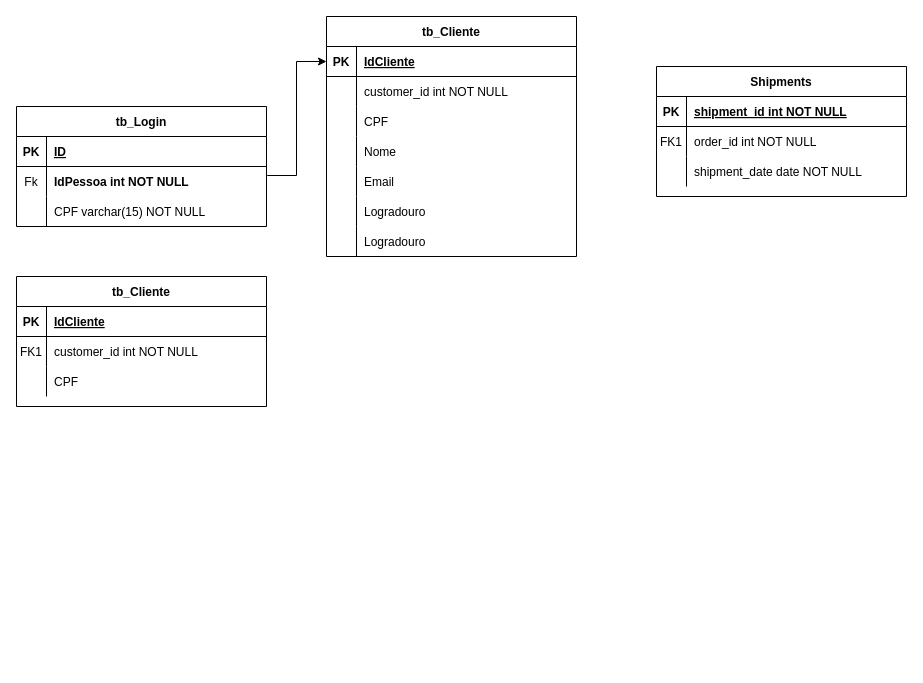
Above: Untitled Diagram.drawio in Tavares264/Project_PccFit (draw.io), before the change. Source tidied: cells renumbered, new cells numbered last; positions are measured from the earlier drawing's top-left corner, leaving out a move shared by most shapes. Both pictures are drawn from the tidied source at 100%, with x=0, y=0 at pixel (16, 16).
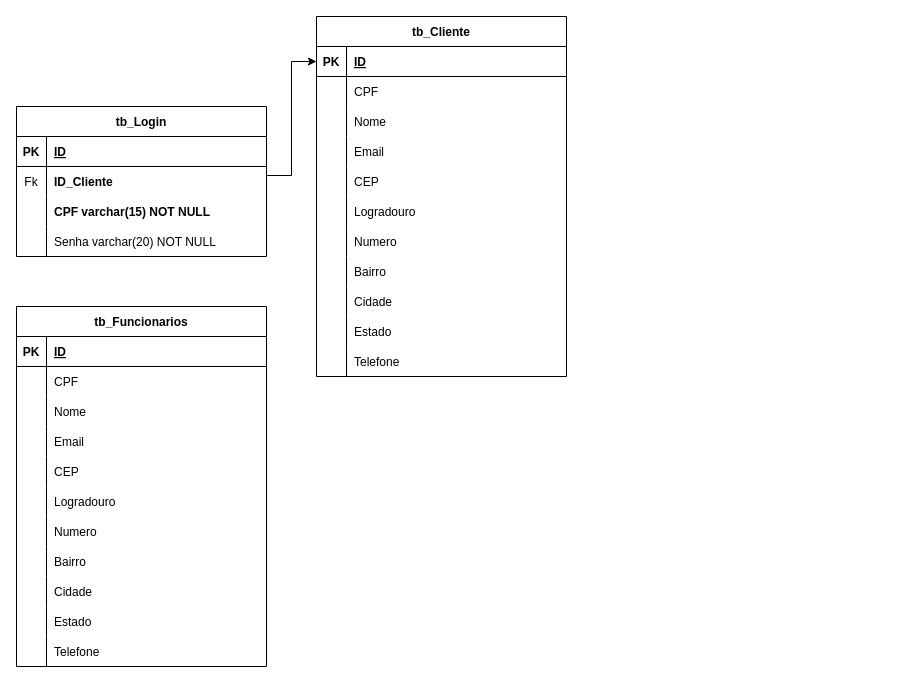
The same diagram, later.

Unchanged cells that the change refers to:
```xml
<mxCell id="3" style="shape=partialRectangle;fillColor=none;points=[[0,0.5],[1,0.5]];portConstraint=eastwest;top=0;left=0;right=0;bottom=1;" parent="2" vertex="1">
  <mxGeometry y="30" width="250" height="30" as="geometry" />
</mxCell>
<mxCell id="38" style="shape=partialRectangle;fillColor=none;points=[[0,0.5],[1,0.5]];portConstraint=eastwest;top=0;left=0;right=0;bottom=0;" parent="34" vertex="1">
  <mxGeometry y="60" width="250" height="30" as="geometry" />
</mxCell>
```

The edit, as a diff of the source:
```diff
@@
     <mxCell id="2" value="tb_Cliente" style="shape=table;startSize=30;childLayout=tableLayout;rowLines=0;fontStyle=1;align=center;" parent="1" vertex="1">
-      <mxGeometry x="310" width="250" height="240" as="geometry" />
+      <mxGeometry x="300" width="250" height="360" as="geometry" />
     </mxCell>
@@
-    <mxCell id="5" value="IdCliente" style="shape=partialRectangle;overflow=hidden;fillColor=none;top=0;left=0;bottom=0;right=0;align=left;spacingLeft=6;fontStyle=5;" parent="3" vertex="1">
+    <mxCell id="5" value="ID" style="shape=partialRectangle;overflow=hidden;fillColor=none;top=0;left=0;bottom=0;right=0;align=left;spacingLeft=6;fontStyle=5;" parent="3" vertex="1">
       <mxGeometry x="30" width="220" height="30" as="geometry" />
     </mxCell>
-    <mxCell id="6" style="shape=partialRectangle;fillColor=none;top=0;left=0;right=0;bottom=0;" parent="2" vertex="1">
-      <mxGeometry y="60" width="250" height="30" as="geometry" />
-    </mxCell>
-    <mxCell id="7" style="shape=partialRectangle;overflow=hidden;fillColor=none;top=0;left=0;bottom=0;right=0;" parent="6" vertex="1">
-      <mxGeometry width="30" height="30" as="geometry" />
-    </mxCell>
-    <mxCell id="8" value="customer_id int NOT NULL" style="shape=partialRectangle;overflow=hidden;fillColor=none;top=0;left=0;bottom=0;right=0;align=left;spacingLeft=6;" parent="6" vertex="1">
-      <mxGeometry x="30" width="220" height="30" as="geometry" />
-    </mxCell>
-    <mxCell id="9" style="shape=partialRectangle;fillColor=none;top=0;left=0;right=0;bottom=0;" parent="2" vertex="1">
-      <mxGeometry y="90" width="250" height="30" as="geometry" />
-    </mxCell>
-    <mxCell id="10" style="shape=partialRectangle;overflow=hidden;fillColor=none;top=0;left=0;bottom=0;right=0;" parent="9" vertex="1">
-      <mxGeometry width="30" height="30" as="geometry" />
-    </mxCell>
-    <mxCell id="11" value="CPF" style="shape=partialRectangle;overflow=hidden;fillColor=none;top=0;left=0;bottom=0;right=0;align=left;spacingLeft=6;" parent="9" vertex="1">
-      <mxGeometry x="30" width="220" height="30" as="geometry" />
-    </mxCell>
+    <mxCell id="55" style="shape=partialRectangle;fillColor=none;top=0;left=0;right=0;bottom=0;" parent="2" vertex="1">
+      <mxGeometry y="60" width="250" height="30" as="geometry" />
+    </mxCell>
+    <mxCell id="56" style="shape=partialRectangle;overflow=hidden;fillColor=none;top=0;left=0;bottom=0;right=0;" parent="55" vertex="1">
+      <mxGeometry width="30" height="30" as="geometry" />
+    </mxCell>
+    <mxCell id="57" value="CPF" style="shape=partialRectangle;overflow=hidden;fillColor=none;top=0;left=0;bottom=0;right=0;align=left;spacingLeft=6;" parent="55" vertex="1">
+      <mxGeometry x="30" width="220" height="30" as="geometry" />
+    </mxCell>
     <mxCell id="12" style="shape=partialRectangle;fillColor=none;top=0;left=0;right=0;bottom=0;" parent="2" vertex="1">
-      <mxGeometry y="120" width="250" height="30" as="geometry" />
+      <mxGeometry y="90" width="250" height="30" as="geometry" />
     </mxCell>
@@
     <mxCell id="15" style="shape=partialRectangle;fillColor=none;top=0;left=0;right=0;bottom=0;" parent="2" vertex="1">
-      <mxGeometry y="150" width="250" height="30" as="geometry" />
+      <mxGeometry y="120" width="250" height="30" as="geometry" />
     </mxCell>
@@
     <mxCell id="18" style="shape=partialRectangle;fillColor=none;top=0;left=0;right=0;bottom=0;" parent="2" vertex="1">
-      <mxGeometry y="180" width="250" height="30" as="geometry" />
+      <mxGeometry y="150" width="250" height="30" as="geometry" />
     </mxCell>
@@
-    <mxCell id="20" value="Logradouro" style="shape=partialRectangle;overflow=hidden;fillColor=none;top=0;left=0;bottom=0;right=0;align=left;spacingLeft=6;" parent="18" vertex="1">
+    <mxCell id="20" value="CEP" style="shape=partialRectangle;overflow=hidden;fillColor=none;top=0;left=0;bottom=0;right=0;align=left;spacingLeft=6;" parent="18" vertex="1">
       <mxGeometry x="30" width="220" height="30" as="geometry" />
     </mxCell>
     <mxCell id="21" style="shape=partialRectangle;fillColor=none;top=0;left=0;right=0;bottom=0;" parent="2" vertex="1">
-      <mxGeometry y="210" width="250" height="30" as="geometry" />
+      <mxGeometry y="180" width="250" height="30" as="geometry" />
     </mxCell>
@@
-    <mxCell id="24" value="Shipments" style="shape=table;startSize=30;childLayout=tableLayout;rowLines=0;fontStyle=1;align=center;" parent="1" vertex="1">
-      <mxGeometry x="640" y="50" width="250" height="130" as="geometry" />
-    </mxCell>
-    <mxCell id="25" style="shape=partialRectangle;fillColor=none;top=0;left=0;right=0;bottom=1;" parent="24" vertex="1">
-      <mxGeometry y="30" width="250" height="30" as="geometry" />
-    </mxCell>
-    <mxCell id="26" value="PK" style="shape=partialRectangle;overflow=hidden;fillColor=none;top=0;left=0;bottom=0;right=0;fontStyle=1;" parent="25" vertex="1">
-      <mxGeometry width="30" height="30" as="geometry" />
-    </mxCell>
-    <mxCell id="27" value="shipment_id int NOT NULL " style="shape=partialRectangle;overflow=hidden;fillColor=none;top=0;left=0;bottom=0;right=0;align=left;spacingLeft=6;fontStyle=5;" parent="25" vertex="1">
-      <mxGeometry x="30" width="220" height="30" as="geometry" />
-    </mxCell>
-    <mxCell id="28" style="shape=partialRectangle;fillColor=none;top=0;left=0;right=0;bottom=0;" parent="24" vertex="1">
-      <mxGeometry y="60" width="250" height="30" as="geometry" />
-    </mxCell>
-    <mxCell id="29" value="FK1" style="shape=partialRectangle;overflow=hidden;fillColor=none;top=0;left=0;bottom=0;right=0;" parent="28" vertex="1">
-      <mxGeometry width="30" height="30" as="geometry" />
-    </mxCell>
-    <mxCell id="30" value="order_id int NOT NULL" style="shape=partialRectangle;overflow=hidden;fillColor=none;top=0;left=0;bottom=0;right=0;align=left;spacingLeft=6;" parent="28" vertex="1">
-      <mxGeometry x="30" width="220" height="30" as="geometry" />
-    </mxCell>
-    <mxCell id="31" style="shape=partialRectangle;fillColor=none;top=0;left=0;right=0;bottom=0;" parent="24" vertex="1">
-      <mxGeometry y="90" width="250" height="30" as="geometry" />
-    </mxCell>
-    <mxCell id="32" style="shape=partialRectangle;overflow=hidden;fillColor=none;top=0;left=0;bottom=0;right=0;" parent="31" vertex="1">
-      <mxGeometry width="30" height="30" as="geometry" />
-    </mxCell>
-    <mxCell id="33" value="shipment_date date NOT NULL" style="shape=partialRectangle;overflow=hidden;fillColor=none;top=0;left=0;bottom=0;right=0;align=left;spacingLeft=6;" parent="31" vertex="1">
-      <mxGeometry x="30" width="220" height="30" as="geometry" />
-    </mxCell>
+    <mxCell id="58" style="shape=partialRectangle;fillColor=none;top=0;left=0;right=0;bottom=0;" parent="2" vertex="1">
+      <mxGeometry y="210" width="250" height="30" as="geometry" />
+    </mxCell>
+    <mxCell id="59" style="shape=partialRectangle;overflow=hidden;fillColor=none;top=0;left=0;bottom=0;right=0;" parent="58" vertex="1">
+      <mxGeometry width="30" height="30" as="geometry" />
+    </mxCell>
+    <mxCell id="60" value="Numero" style="shape=partialRectangle;overflow=hidden;fillColor=none;top=0;left=0;bottom=0;right=0;align=left;spacingLeft=6;" parent="58" vertex="1">
+      <mxGeometry x="30" width="220" height="30" as="geometry" />
+    </mxCell>
+    <mxCell id="61" style="shape=partialRectangle;fillColor=none;top=0;left=0;right=0;bottom=0;" parent="2" vertex="1">
+      <mxGeometry y="240" width="250" height="30" as="geometry" />
+    </mxCell>
+    <mxCell id="62" style="shape=partialRectangle;overflow=hidden;fillColor=none;top=0;left=0;bottom=0;right=0;" parent="61" vertex="1">
+      <mxGeometry width="30" height="30" as="geometry" />
+    </mxCell>
+    <mxCell id="63" value="Bairro" style="shape=partialRectangle;overflow=hidden;fillColor=none;top=0;left=0;bottom=0;right=0;align=left;spacingLeft=6;" parent="61" vertex="1">
+      <mxGeometry x="30" width="220" height="30" as="geometry" />
+    </mxCell>
+    <mxCell id="64" style="shape=partialRectangle;fillColor=none;top=0;left=0;right=0;bottom=0;" parent="2" vertex="1">
+      <mxGeometry y="270" width="250" height="30" as="geometry" />
+    </mxCell>
+    <mxCell id="65" style="shape=partialRectangle;overflow=hidden;fillColor=none;top=0;left=0;bottom=0;right=0;" parent="64" vertex="1">
+      <mxGeometry width="30" height="30" as="geometry" />
+    </mxCell>
+    <mxCell id="66" value="Cidade" style="shape=partialRectangle;overflow=hidden;fillColor=none;top=0;left=0;bottom=0;right=0;align=left;spacingLeft=6;" parent="64" vertex="1">
+      <mxGeometry x="30" width="220" height="30" as="geometry" />
+    </mxCell>
+    <mxCell id="67" style="shape=partialRectangle;fillColor=none;top=0;left=0;right=0;bottom=0;" parent="2" vertex="1">
+      <mxGeometry y="300" width="250" height="30" as="geometry" />
+    </mxCell>
+    <mxCell id="68" style="shape=partialRectangle;overflow=hidden;fillColor=none;top=0;left=0;bottom=0;right=0;" parent="67" vertex="1">
+      <mxGeometry width="30" height="30" as="geometry" />
+    </mxCell>
+    <mxCell id="69" value="Estado" style="shape=partialRectangle;overflow=hidden;fillColor=none;top=0;left=0;bottom=0;right=0;align=left;spacingLeft=6;" parent="67" vertex="1">
+      <mxGeometry x="30" width="220" height="30" as="geometry" />
+    </mxCell>
+    <mxCell id="70" style="shape=partialRectangle;fillColor=none;top=0;left=0;right=0;bottom=0;" parent="2" vertex="1">
+      <mxGeometry y="330" width="250" height="30" as="geometry" />
+    </mxCell>
+    <mxCell id="71" style="shape=partialRectangle;overflow=hidden;fillColor=none;top=0;left=0;bottom=0;right=0;" parent="70" vertex="1">
+      <mxGeometry width="30" height="30" as="geometry" />
+    </mxCell>
+    <mxCell id="72" value="Telefone" style="shape=partialRectangle;overflow=hidden;fillColor=none;top=0;left=0;bottom=0;right=0;align=left;spacingLeft=6;" parent="70" vertex="1">
+      <mxGeometry x="30" width="220" height="30" as="geometry" />
+    </mxCell>
     <mxCell id="34" value="tb_Login" style="shape=table;startSize=30;childLayout=tableLayout;rowLines=0;fontStyle=1;align=center;" parent="1" vertex="1">
-      <mxGeometry y="90" width="250" height="120" as="geometry" />
+      <mxGeometry y="90" width="250" height="150" as="geometry" />
     </mxCell>
@@
-    <mxCell id="40" value="IdPessoa int NOT NULL" style="shape=partialRectangle;overflow=hidden;fillColor=none;top=0;left=0;bottom=0;right=0;align=left;spacingLeft=6;fontStyle=1;" parent="38" vertex="1">
+    <mxCell id="40" value="ID_Cliente" style="shape=partialRectangle;overflow=hidden;fillColor=none;top=0;left=0;bottom=0;right=0;align=left;spacingLeft=6;fontStyle=1;" parent="38" vertex="1">
       <mxGeometry x="30" width="220" height="30" as="geometry" />
     </mxCell>
+    <mxCell id="73" style="shape=partialRectangle;fillColor=none;top=0;left=0;right=0;bottom=0;" parent="34" vertex="1">
+      <mxGeometry y="90" width="250" height="30" as="geometry" />
+    </mxCell>
+    <mxCell id="74" style="shape=partialRectangle;overflow=hidden;fillColor=none;top=0;left=0;bottom=0;right=0;" parent="73" vertex="1">
+      <mxGeometry width="30" height="30" as="geometry" />
+    </mxCell>
+    <mxCell id="75" value="CPF varchar(15) NOT NULL" style="shape=partialRectangle;overflow=hidden;fillColor=none;top=0;left=0;bottom=0;right=0;align=left;spacingLeft=6;fontStyle=1;" parent="73" vertex="1">
+      <mxGeometry x="30" width="220" height="30" as="geometry" />
+    </mxCell>
     <mxCell id="41" style="shape=partialRectangle;fillColor=none;top=0;left=0;right=0;bottom=0;" parent="34" vertex="1">
-      <mxGeometry y="90" width="250" height="30" as="geometry" />
+      <mxGeometry y="120" width="250" height="30" as="geometry" />
     </mxCell>
@@
-    <mxCell id="43" value="CPF varchar(15) NOT NULL" style="shape=partialRectangle;overflow=hidden;fillColor=none;top=0;left=0;bottom=0;right=0;align=left;spacingLeft=6;fontStyle=0;" parent="41" vertex="1">
+    <mxCell id="43" value="Senha varchar(20) NOT NULL" style="shape=partialRectangle;overflow=hidden;fillColor=none;top=0;left=0;bottom=0;right=0;align=left;spacingLeft=6;fontStyle=0;" parent="41" vertex="1">
       <mxGeometry x="30" width="220" height="30" as="geometry" />
     </mxCell>
@@
-    <mxCell id="45" value="tb_Cliente" style="shape=table;startSize=30;childLayout=tableLayout;rowLines=0;fontStyle=1;align=center;" parent="1" vertex="1">
-      <mxGeometry y="260" width="250" height="130" as="geometry" />
-    </mxCell>
-    <mxCell id="46" style="shape=partialRectangle;fillColor=none;top=0;left=0;right=0;bottom=1;" parent="45" vertex="1">
-      <mxGeometry y="30" width="250" height="30" as="geometry" />
-    </mxCell>
-    <mxCell id="47" value="PK" style="shape=partialRectangle;overflow=hidden;fillColor=none;top=0;left=0;bottom=0;right=0;fontStyle=1;" parent="46" vertex="1">
-      <mxGeometry width="30" height="30" as="geometry" />
-    </mxCell>
-    <mxCell id="48" value="IdCliente" style="shape=partialRectangle;overflow=hidden;fillColor=none;top=0;left=0;bottom=0;right=0;align=left;spacingLeft=6;fontStyle=5;" parent="46" vertex="1">
-      <mxGeometry x="30" width="220" height="30" as="geometry" />
-    </mxCell>
-    <mxCell id="49" style="shape=partialRectangle;fillColor=none;top=0;left=0;right=0;bottom=0;" parent="45" vertex="1">
-      <mxGeometry y="60" width="250" height="30" as="geometry" />
-    </mxCell>
-    <mxCell id="50" value="FK1" style="shape=partialRectangle;overflow=hidden;fillColor=none;top=0;left=0;bottom=0;right=0;" parent="49" vertex="1">
-      <mxGeometry width="30" height="30" as="geometry" />
-    </mxCell>
-    <mxCell id="51" value="customer_id int NOT NULL" style="shape=partialRectangle;overflow=hidden;fillColor=none;top=0;left=0;bottom=0;right=0;align=left;spacingLeft=6;" parent="49" vertex="1">
-      <mxGeometry x="30" width="220" height="30" as="geometry" />
-    </mxCell>
-    <mxCell id="52" style="shape=partialRectangle;fillColor=none;top=0;left=0;right=0;bottom=0;" parent="45" vertex="1">
-      <mxGeometry y="90" width="250" height="30" as="geometry" />
-    </mxCell>
-    <mxCell id="53" style="shape=partialRectangle;overflow=hidden;fillColor=none;top=0;left=0;bottom=0;right=0;" parent="52" vertex="1">
-      <mxGeometry width="30" height="30" as="geometry" />
-    </mxCell>
-    <mxCell id="54" value="CPF" style="shape=partialRectangle;overflow=hidden;fillColor=none;top=0;left=0;bottom=0;right=0;align=left;spacingLeft=6;" parent="52" vertex="1">
-      <mxGeometry x="30" width="220" height="30" as="geometry" />
-    </mxCell>
+    <mxCell id="76" value="tb_Funcionarios" style="shape=table;startSize=30;childLayout=tableLayout;rowLines=0;fontStyle=1;align=center;" parent="1" vertex="1">
+      <mxGeometry y="290" width="250" height="360" as="geometry" />
+    </mxCell>
+    <mxCell id="77" style="shape=partialRectangle;fillColor=none;top=0;left=0;right=0;bottom=1;" parent="76" vertex="1">
+      <mxGeometry y="30" width="250" height="30" as="geometry" />
+    </mxCell>
+    <mxCell id="78" value="PK" style="shape=partialRectangle;overflow=hidden;fillColor=none;top=0;left=0;bottom=0;right=0;fontStyle=1;" parent="77" vertex="1">
+      <mxGeometry width="30" height="30" as="geometry" />
+    </mxCell>
+    <mxCell id="79" value="ID" style="shape=partialRectangle;overflow=hidden;fillColor=none;top=0;left=0;bottom=0;right=0;align=left;spacingLeft=6;fontStyle=5;" parent="77" vertex="1">
+      <mxGeometry x="30" width="220" height="30" as="geometry" />
+    </mxCell>
+    <mxCell id="80" style="shape=partialRectangle;fillColor=none;top=0;left=0;right=0;bottom=0;" parent="76" vertex="1">
+      <mxGeometry y="60" width="250" height="30" as="geometry" />
+    </mxCell>
+    <mxCell id="81" style="shape=partialRectangle;overflow=hidden;fillColor=none;top=0;left=0;bottom=0;right=0;" parent="80" vertex="1">
+      <mxGeometry width="30" height="30" as="geometry" />
+    </mxCell>
+    <mxCell id="82" value="CPF" style="shape=partialRectangle;overflow=hidden;fillColor=none;top=0;left=0;bottom=0;right=0;align=left;spacingLeft=6;" parent="80" vertex="1">
+      <mxGeometry x="30" width="220" height="30" as="geometry" />
+    </mxCell>
+    <mxCell id="83" style="shape=partialRectangle;fillColor=none;top=0;left=0;right=0;bottom=0;" parent="76" vertex="1">
+      <mxGeometry y="90" width="250" height="30" as="geometry" />
+    </mxCell>
+    <mxCell id="84" style="shape=partialRectangle;overflow=hidden;fillColor=none;top=0;left=0;bottom=0;right=0;" parent="83" vertex="1">
+      <mxGeometry width="30" height="30" as="geometry" />
+    </mxCell>
+    <mxCell id="85" value="Nome" style="shape=partialRectangle;overflow=hidden;fillColor=none;top=0;left=0;bottom=0;right=0;align=left;spacingLeft=6;" parent="83" vertex="1">
+      <mxGeometry x="30" width="220" height="30" as="geometry" />
+    </mxCell>
+    <mxCell id="86" style="shape=partialRectangle;fillColor=none;top=0;left=0;right=0;bottom=0;" parent="76" vertex="1">
+      <mxGeometry y="120" width="250" height="30" as="geometry" />
+    </mxCell>
+    <mxCell id="87" style="shape=partialRectangle;overflow=hidden;fillColor=none;top=0;left=0;bottom=0;right=0;" parent="86" vertex="1">
+      <mxGeometry width="30" height="30" as="geometry" />
+    </mxCell>
+    <mxCell id="88" value="Email" style="shape=partialRectangle;overflow=hidden;fillColor=none;top=0;left=0;bottom=0;right=0;align=left;spacingLeft=6;" parent="86" vertex="1">
+      <mxGeometry x="30" width="220" height="30" as="geometry" />
+    </mxCell>
+    <mxCell id="89" style="shape=partialRectangle;fillColor=none;top=0;left=0;right=0;bottom=0;" parent="76" vertex="1">
+      <mxGeometry y="150" width="250" height="30" as="geometry" />
+    </mxCell>
+    <mxCell id="90" style="shape=partialRectangle;overflow=hidden;fillColor=none;top=0;left=0;bottom=0;right=0;" parent="89" vertex="1">
+      <mxGeometry width="30" height="30" as="geometry" />
+    </mxCell>
+    <mxCell id="91" value="CEP" style="shape=partialRectangle;overflow=hidden;fillColor=none;top=0;left=0;bottom=0;right=0;align=left;spacingLeft=6;" parent="89" vertex="1">
+      <mxGeometry x="30" width="220" height="30" as="geometry" />
+    </mxCell>
+    <mxCell id="92" style="shape=partialRectangle;fillColor=none;top=0;left=0;right=0;bottom=0;" parent="76" vertex="1">
+      <mxGeometry y="180" width="250" height="30" as="geometry" />
+    </mxCell>
+    <mxCell id="93" style="shape=partialRectangle;overflow=hidden;fillColor=none;top=0;left=0;bottom=0;right=0;" parent="92" vertex="1">
+      <mxGeometry width="30" height="30" as="geometry" />
+    </mxCell>
+    <mxCell id="94" value="Logradouro" style="shape=partialRectangle;overflow=hidden;fillColor=none;top=0;left=0;bottom=0;right=0;align=left;spacingLeft=6;" parent="92" vertex="1">
+      <mxGeometry x="30" width="220" height="30" as="geometry" />
+    </mxCell>
+    <mxCell id="95" style="shape=partialRectangle;fillColor=none;top=0;left=0;right=0;bottom=0;" parent="76" vertex="1">
+      <mxGeometry y="210" width="250" height="30" as="geometry" />
+    </mxCell>
+    <mxCell id="96" style="shape=partialRectangle;overflow=hidden;fillColor=none;top=0;left=0;bottom=0;right=0;" parent="95" vertex="1">
+      <mxGeometry width="30" height="30" as="geometry" />
+    </mxCell>
+    <mxCell id="97" value="Numero" style="shape=partialRectangle;overflow=hidden;fillColor=none;top=0;left=0;bottom=0;right=0;align=left;spacingLeft=6;" parent="95" vertex="1">
+      <mxGeometry x="30" width="220" height="30" as="geometry" />
+    </mxCell>
+    <mxCell id="98" style="shape=partialRectangle;fillColor=none;top=0;left=0;right=0;bottom=0;" parent="76" vertex="1">
+      <mxGeometry y="240" width="250" height="30" as="geometry" />
+    </mxCell>
+    <mxCell id="99" style="shape=partialRectangle;overflow=hidden;fillColor=none;top=0;left=0;bottom=0;right=0;" parent="98" vertex="1">
+      <mxGeometry width="30" height="30" as="geometry" />
+    </mxCell>
+    <mxCell id="100" value="Bairro" style="shape=partialRectangle;overflow=hidden;fillColor=none;top=0;left=0;bottom=0;right=0;align=left;spacingLeft=6;" parent="98" vertex="1">
+      <mxGeometry x="30" width="220" height="30" as="geometry" />
+    </mxCell>
+    <mxCell id="101" style="shape=partialRectangle;fillColor=none;top=0;left=0;right=0;bottom=0;" parent="76" vertex="1">
+      <mxGeometry y="270" width="250" height="30" as="geometry" />
+    </mxCell>
+    <mxCell id="102" style="shape=partialRectangle;overflow=hidden;fillColor=none;top=0;left=0;bottom=0;right=0;" parent="101" vertex="1">
+      <mxGeometry width="30" height="30" as="geometry" />
+    </mxCell>
+    <mxCell id="103" value="Cidade" style="shape=partialRectangle;overflow=hidden;fillColor=none;top=0;left=0;bottom=0;right=0;align=left;spacingLeft=6;" parent="101" vertex="1">
+      <mxGeometry x="30" width="220" height="30" as="geometry" />
+    </mxCell>
+    <mxCell id="104" style="shape=partialRectangle;fillColor=none;top=0;left=0;right=0;bottom=0;" parent="76" vertex="1">
+      <mxGeometry y="300" width="250" height="30" as="geometry" />
+    </mxCell>
+    <mxCell id="105" style="shape=partialRectangle;overflow=hidden;fillColor=none;top=0;left=0;bottom=0;right=0;" parent="104" vertex="1">
+      <mxGeometry width="30" height="30" as="geometry" />
+    </mxCell>
+    <mxCell id="106" value="Estado" style="shape=partialRectangle;overflow=hidden;fillColor=none;top=0;left=0;bottom=0;right=0;align=left;spacingLeft=6;" parent="104" vertex="1">
+      <mxGeometry x="30" width="220" height="30" as="geometry" />
+    </mxCell>
+    <mxCell id="107" style="shape=partialRectangle;fillColor=none;top=0;left=0;right=0;bottom=0;" parent="76" vertex="1">
+      <mxGeometry y="330" width="250" height="30" as="geometry" />
+    </mxCell>
+    <mxCell id="108" style="shape=partialRectangle;overflow=hidden;fillColor=none;top=0;left=0;bottom=0;right=0;" parent="107" vertex="1">
+      <mxGeometry width="30" height="30" as="geometry" />
+    </mxCell>
+    <mxCell id="109" value="Telefone" style="shape=partialRectangle;overflow=hidden;fillColor=none;top=0;left=0;bottom=0;right=0;align=left;spacingLeft=6;" parent="107" vertex="1">
+      <mxGeometry x="30" width="220" height="30" as="geometry" />
+    </mxCell>
```
